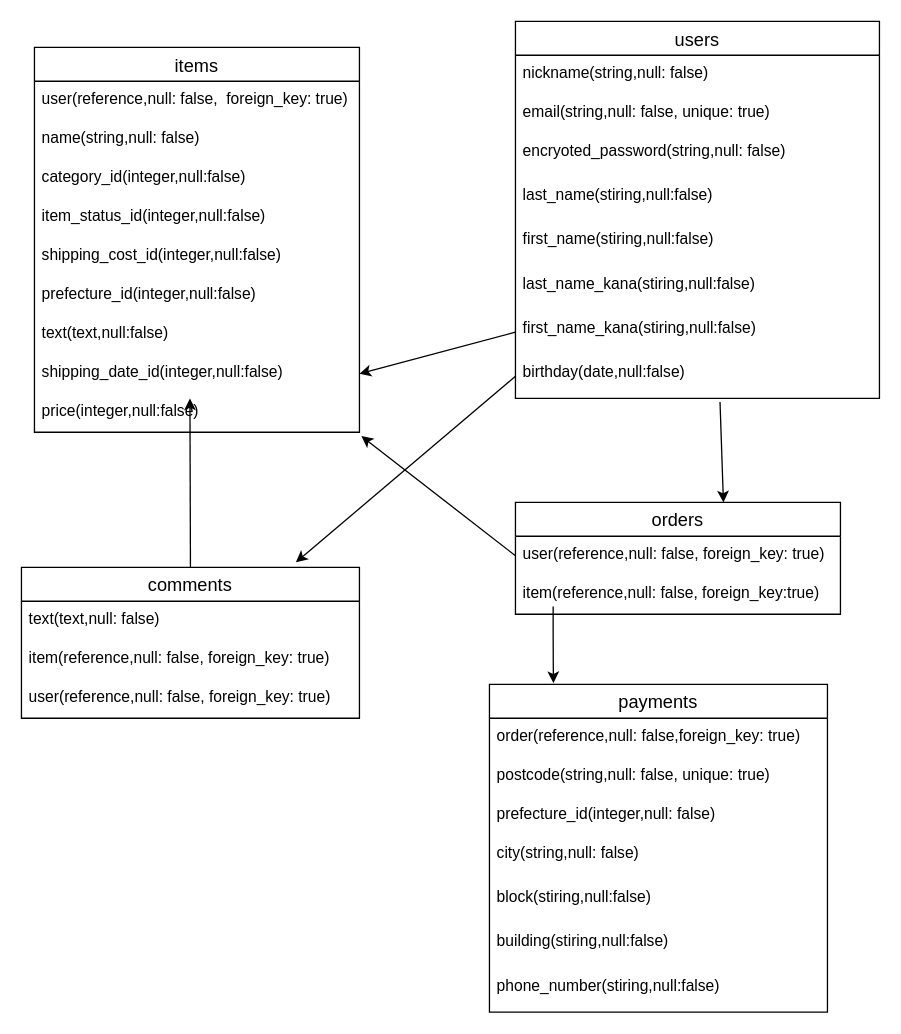
Before: er.dio in Sanaroom/furima-40585, a draw.io diagram. Source tidied: cells renumbered, new cells numbered last; positions are measured from the earlier drawing's top-left corner, leaving out a move shared by most shapes. Both pictures are drawn from the tidied source at 130%, with x=0, y=0 at pixel (21, 21).
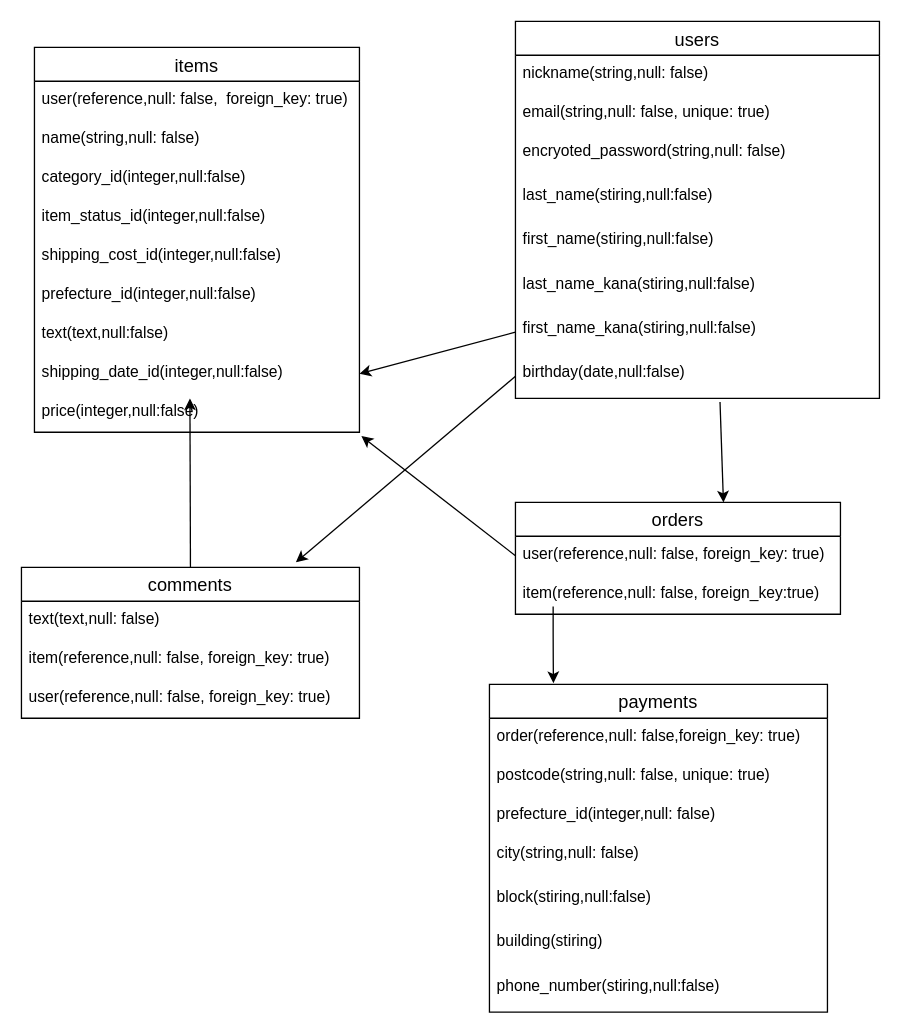
The same diagram, later.

The change refers to these unchanged cells:
```xml
<mxCell id="24" value="payments" style="swimlane;fontStyle=0;horizontal=1;startSize=26;align=center;fontSize=14;" parent="1" vertex="1">
  <mxGeometry x="360" y="510" width="260" height="252" as="geometry" />
</mxCell>
```

Change to the diagram source:
```diff
@@
-    <mxCell id="30" value="building(stiring,null:false)" style="text;strokeColor=none;fillColor=none;spacingLeft=4;spacingRight=4;overflow=hidden;fontSize=12;" parent="24" vertex="1">
+    <mxCell id="30" value="building(stiring)" style="text;strokeColor=none;fillColor=none;spacingLeft=4;spacingRight=4;overflow=hidden;fontSize=12;" parent="24" vertex="1">
       <mxGeometry y="184" width="260" height="34" as="geometry" />
     </mxCell>
```
